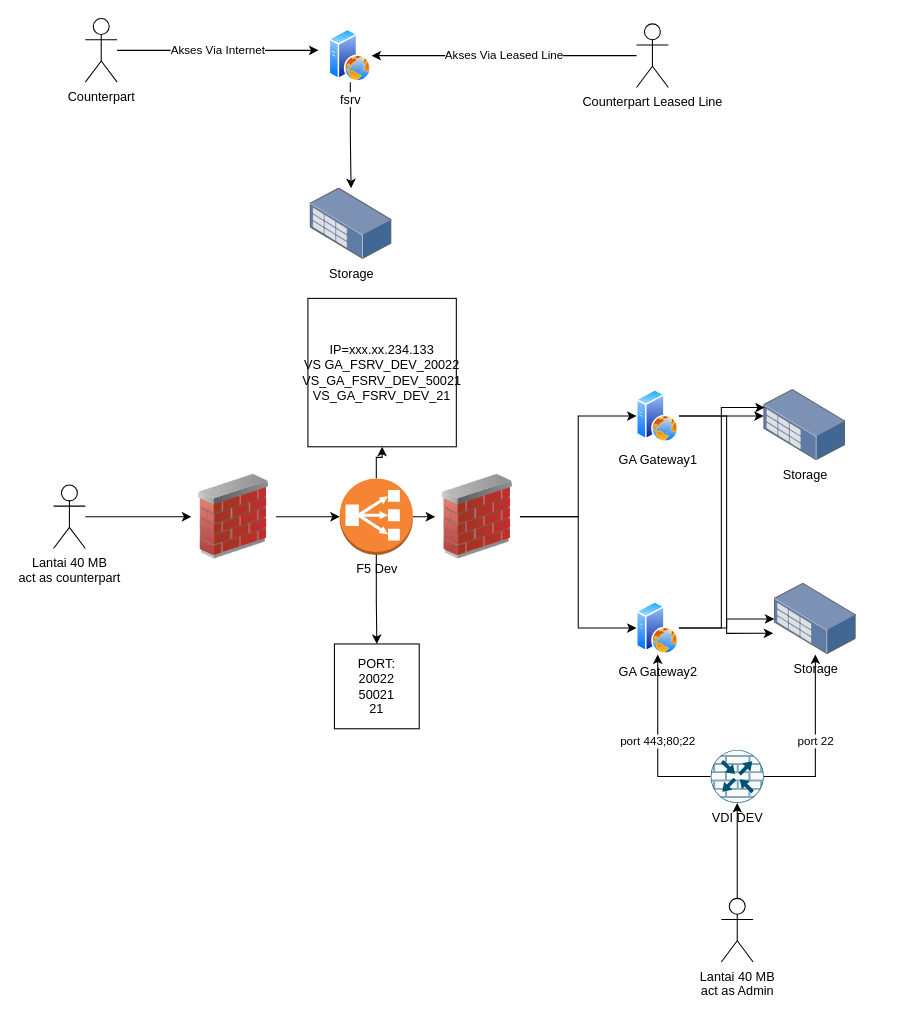
Before: MFT.drawio in fathraaa/Files, a draw.io diagram. Source tidied: cells renumbered, new cells numbered last; positions are measured from the earlier drawing's top-left corner, leaving out a move shared by most shapes. Both pictures are drawn from the tidied source at 106%, with x=0, y=0 at pixel (53, 18).
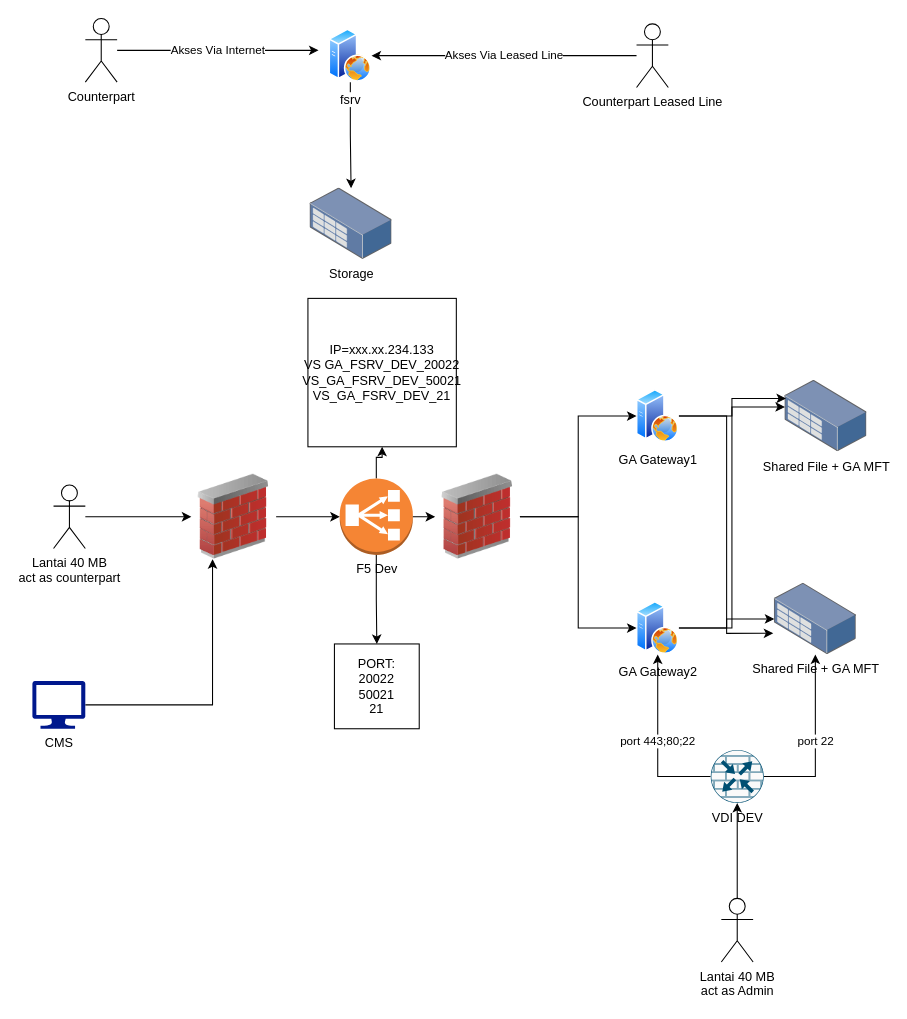
The same diagram, later.

The change refers to these unchanged cells:
```xml
<mxCell id="18" style="image;html=1;image=img/lib/clip_art/networking/Firewall_02_128x128.png;" parent="1" vertex="1">
  <mxGeometry x="130" y="430" width="80" height="80" as="geometry" />
</mxCell>
```

The edit, as a diff of the source:
```diff
@@
-    <mxCell id="23" value="Storage" style="image;points=[];html=1;align=center;shadow=0;dashed=0;image=img/lib/allied_telesis/storage/Datacenter_Server_Rack_Storage_Unit_Small.svg;" parent="1" vertex="1">
-      <mxGeometry x="670" y="350" width="77.4" height="67.2" as="geometry" />
+    <mxCell id="23" value="Shared File + GA MFT" style="image;points=[];html=1;align=center;shadow=0;dashed=0;image=img/lib/allied_telesis/storage/Datacenter_Server_Rack_Storage_Unit_Small.svg;" parent="1" vertex="1">
+      <mxGeometry x="690" y="341.4" width="77.4" height="67.2" as="geometry" />
     </mxCell>
-    <mxCell id="24" value="Storage" style="image;points=[];html=1;align=center;shadow=0;dashed=0;image=img/lib/allied_telesis/storage/Datacenter_Server_Rack_Storage_Unit_Small.svg;" parent="1" vertex="1">
+    <mxCell id="24" value="Shared File + GA MFT" style="image;points=[];html=1;align=center;shadow=0;dashed=0;image=img/lib/allied_telesis/storage/Datacenter_Server_Rack_Storage_Unit_Small.svg;" parent="1" vertex="1">
       <mxGeometry x="680" y="532.8" width="77.4" height="67.2" as="geometry" />
     </mxCell>
@@
+    <mxCell id="35" style="edgeStyle=orthogonalEdgeStyle;rounded=0;jettySize=auto;html=1;entryX=0.25;entryY=1;entryDx=0;entryDy=0;" parent="1" edge="1" source="36" target="18">
+      <mxGeometry relative="1" as="geometry" />
+    </mxCell>
+    <mxCell id="36" value="CMS" style="sketch=0;shadow=0;dashed=0;html=1;strokeColor=none;labelPosition=center;verticalLabelPosition=bottom;verticalAlign=top;align=center;fillColor=#00188D;shape=mxgraph.azure.computer;" parent="1" vertex="1">
+      <mxGeometry x="-20" y="625" width="50" height="45" as="geometry" />
+    </mxCell>
```
